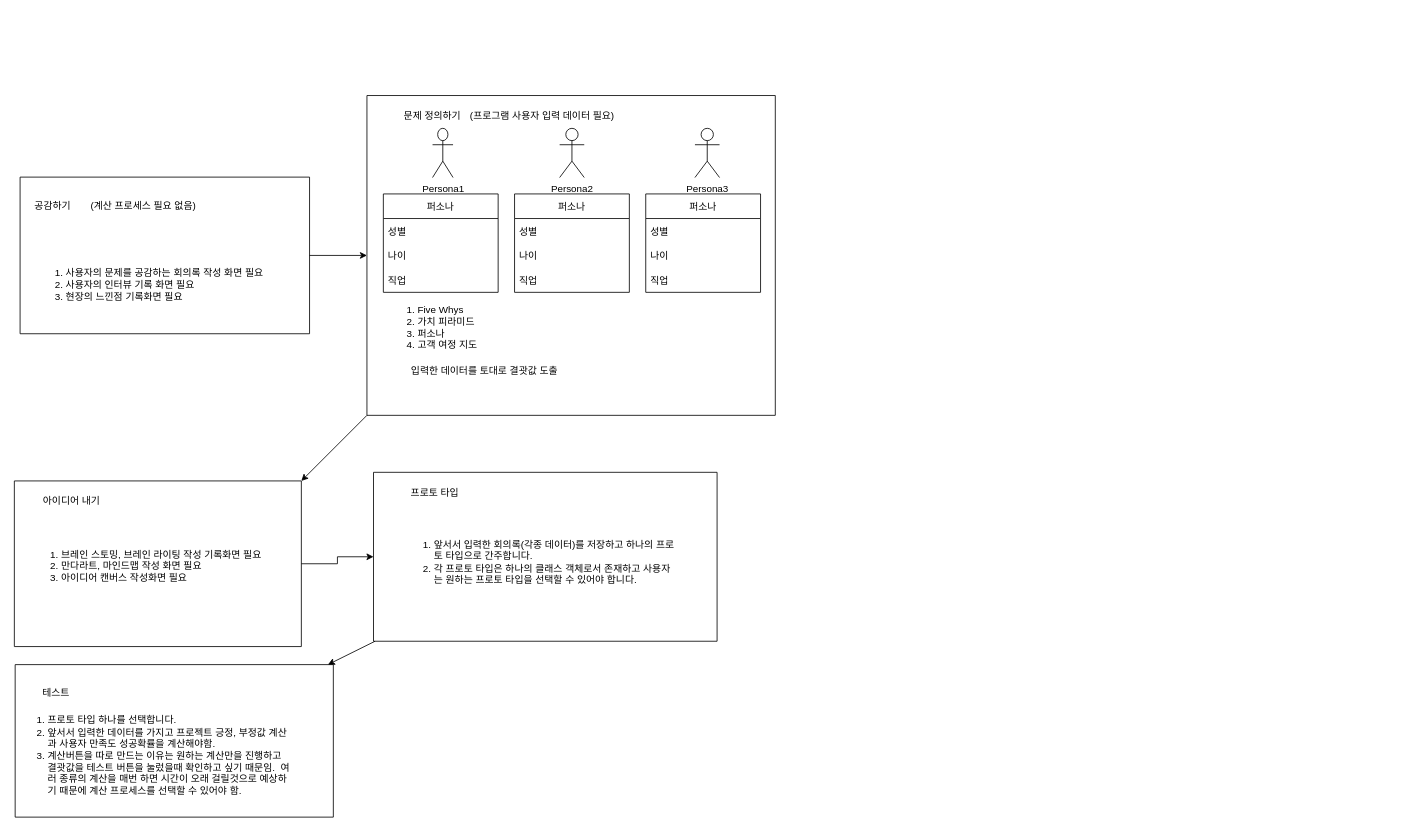
Above: page "Page-1" (1 of 2) of etc/Untitled Diagram.drawio in seongmincho33/devexpress-winform (draw.io), before the change. Source tidied: cells renumbered, new cells numbered last; positions are measured from the earlier drawing's top-left corner, leaving out a move shared by most shapes. Both pictures are drawn from the tidied source at 82%, with x=0, y=0 at pixel (14, 95).
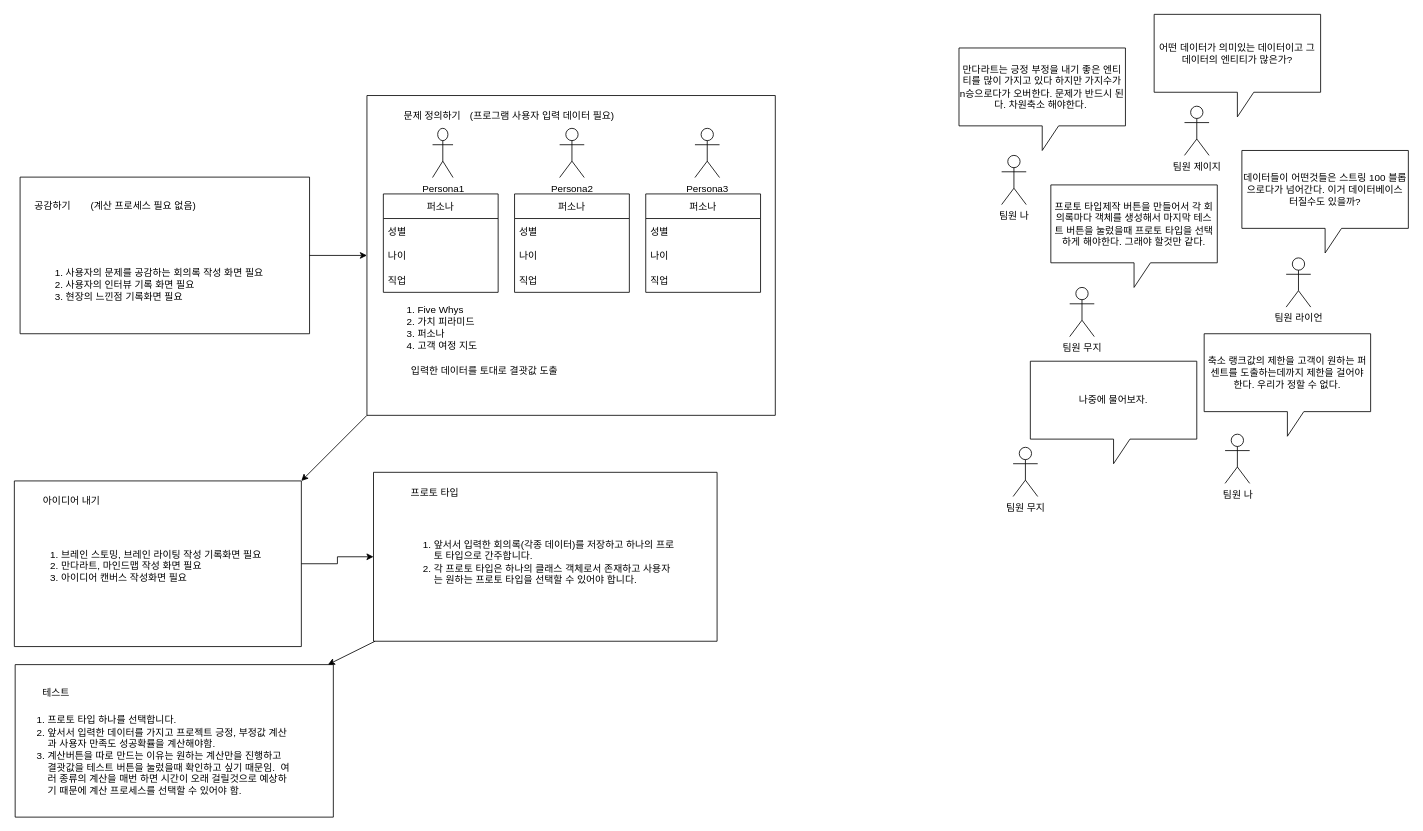
After the change.

Change to the diagram source:
```diff
@@
+    <mxCell id="39" value="팀원 나" style="shape=umlActor;verticalLabelPosition=bottom;verticalAlign=top;html=1;" parent="1" vertex="1">
+      <mxGeometry x="1204" y="73" width="30" height="60" as="geometry" />
+    </mxCell>
+    <mxCell id="40" value="팀원 제이지" style="shape=umlActor;verticalLabelPosition=bottom;verticalAlign=top;html=1;" parent="1" vertex="1">
+      <mxGeometry x="1427" y="13" width="30" height="60" as="geometry" />
+    </mxCell>
+    <mxCell id="41" value="팀원 무지" style="shape=umlActor;verticalLabelPosition=bottom;verticalAlign=top;html=1;" parent="1" vertex="1">
+      <mxGeometry x="1287" y="234" width="30" height="60" as="geometry" />
+    </mxCell>
+    <mxCell id="42" value="팀원 라이언" style="shape=umlActor;verticalLabelPosition=bottom;verticalAlign=top;html=1;" parent="1" vertex="1">
+      <mxGeometry x="1551" y="198" width="30" height="60" as="geometry" />
+    </mxCell>
+    <mxCell id="43" value="어떤 데이터가 의미있는 데이터이고 그 데이터의 엔티티가 많은가?" style="shape=callout;whiteSpace=wrap;html=1;perimeter=calloutPerimeter;" parent="1" vertex="1">
+      <mxGeometry x="1390" y="-99" width="203" height="125" as="geometry" />
+    </mxCell>
+    <mxCell id="44" value="만다라트는 긍정 부정을 내기 좋은 엔티티를 많이 가지고 있다 하지만 가지수가 n승으로다가 오버한다. 문제가 반드시 된다. 차원축소 해야한다.&amp;nbsp;" style="shape=callout;whiteSpace=wrap;html=1;perimeter=calloutPerimeter;" parent="1" vertex="1">
+      <mxGeometry x="1152" y="-58" width="203" height="125" as="geometry" />
+    </mxCell>
+    <mxCell id="45" value="데이터들이 어떤것들은 스트링 100 블롭으로다가 넘어간다. 이거 데이터베이스 터질수도 있을까?" style="shape=callout;whiteSpace=wrap;html=1;perimeter=calloutPerimeter;" parent="1" vertex="1">
+      <mxGeometry x="1497" y="67" width="203" height="125" as="geometry" />
+    </mxCell>
+    <mxCell id="46" value="프로토 타입제작 버튼을 만들어서 각 회의록마다 객체를 생성해서 마지막 테스트 버튼을 눌렀을때 프로토 타입을 선택하게 해야한다. 그래야 할것만 같다." style="shape=callout;whiteSpace=wrap;html=1;perimeter=calloutPerimeter;" parent="1" vertex="1">
+      <mxGeometry x="1264" y="109" width="203" height="125" as="geometry" />
+    </mxCell>
+    <mxCell id="47" value="축소 랭크값의 제한을 고객이 원하는 퍼센트를 도출하는데까지 제한을 걸어야 한다. 우리가 정할 수 없다." style="shape=callout;whiteSpace=wrap;html=1;perimeter=calloutPerimeter;" parent="1" vertex="1">
+      <mxGeometry x="1451" y="290.5" width="203" height="125" as="geometry" />
+    </mxCell>
+    <mxCell id="48" value="팀원 나" style="shape=umlActor;verticalLabelPosition=bottom;verticalAlign=top;html=1;" parent="1" vertex="1">
+      <mxGeometry x="1476.5" y="413" width="30" height="60" as="geometry" />
+    </mxCell>
+    <mxCell id="49" value="팀원 무지" style="shape=umlActor;verticalLabelPosition=bottom;verticalAlign=top;html=1;" parent="1" vertex="1">
+      <mxGeometry x="1218" y="429" width="30" height="60" as="geometry" />
+    </mxCell>
+    <mxCell id="50" value="나중에 물어보자." style="shape=callout;whiteSpace=wrap;html=1;perimeter=calloutPerimeter;" parent="1" vertex="1">
+      <mxGeometry x="1239" y="324" width="203" height="125" as="geometry" />
+    </mxCell>
```
